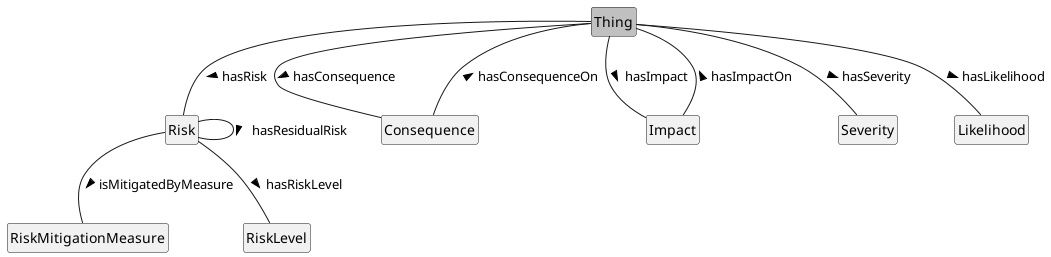
This is media/risk.png from jeswr/dpv, a PlantUML export, as it was before one commit.
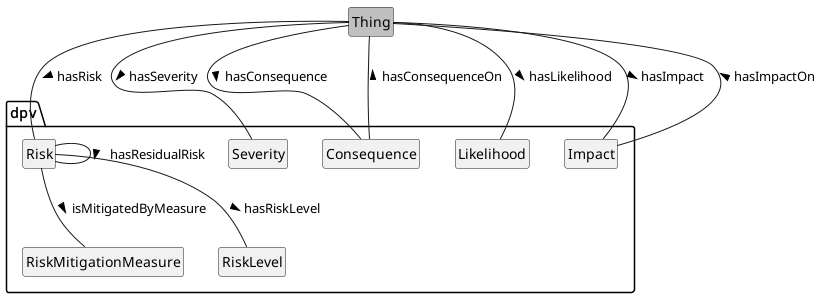
After the change.

Change to the diagram source:
```diff
@@ -2,13 +2,15 @@
 !include style.plantuml
 
 class Thing #silver
-class Risk
-class RiskMitigationMeasure
-class RiskLevel
-class Consequence
-class Impact
-class Severity
-class Likelihood
+package dpv {
+	class Risk
+	class RiskMitigationMeasure
+	class RiskLevel
+	class Consequence
+	class Impact
+	class Severity
+	class Likelihood
+}
 
 Thing -- Risk : hasRisk >
 Thing -- Consequence: hasConsequence >
```
